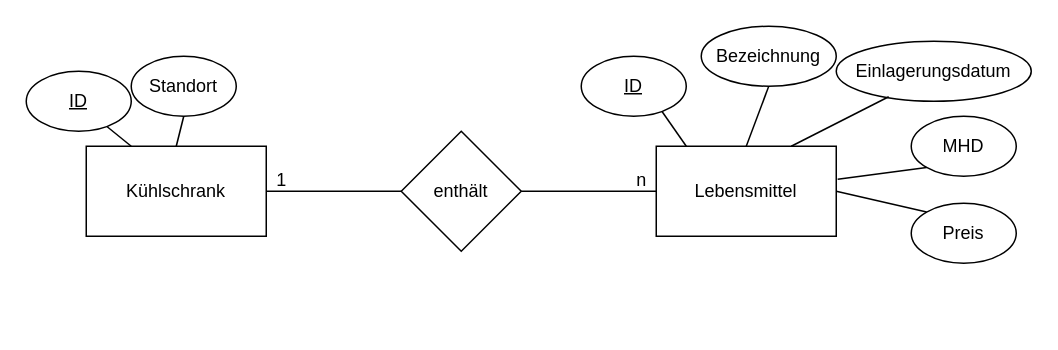
Before: ERD.drawio in SandraGrave/FridgePlanner, a draw.io diagram. Source tidied: cells renumbered, new cells numbered last; positions are measured from the earlier drawing's top-left corner, leaving out a move shared by most shapes. Both pictures are drawn from the tidied source at 150%, with x=0, y=0 at pixel (26, 26).
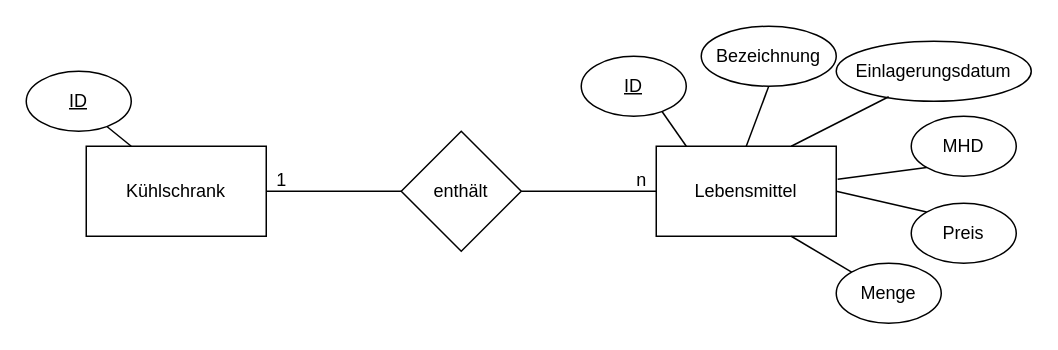
The same diagram, later.

The change refers to these unchanged cells:
```xml
<mxCell id="2" value="Kühlschrank" style="rounded=0;whiteSpace=wrap;html=1;" parent="1" vertex="1">
  <mxGeometry x="40" y="80" width="120" height="60" as="geometry" />
</mxCell>
<mxCell id="3" value="Lebensmittel" style="rounded=0;whiteSpace=wrap;html=1;" parent="1" vertex="1">
  <mxGeometry x="420" y="80" width="120" height="60" as="geometry" />
</mxCell>
```

The edit, as a diff of the source:
```diff
@@
-    <mxCell id="21" value="Standort" style="ellipse;whiteSpace=wrap;html=1;" parent="1" vertex="1">
-      <mxGeometry x="70" y="20" width="70" height="40" as="geometry" />
-    </mxCell>
-    <mxCell id="22" style="endArrow=none;html=1;rounded=0;entryX=0.5;entryY=1;entryDx=0;entryDy=0;exitX=0.5;exitY=0;exitDx=0;exitDy=0;" parent="1" edge="1" source="2" target="21">
-      <mxGeometry relative="1" as="geometry" />
-    </mxCell>
+    <mxCell id="23" value="Menge" style="ellipse;whiteSpace=wrap;html=1;" parent="1" vertex="1">
+      <mxGeometry x="540" y="158" width="70" height="40" as="geometry" />
+    </mxCell>
+    <mxCell id="24" style="endArrow=none;html=1;rounded=0;entryX=0;entryY=0;entryDx=0;entryDy=0;exitX=0.75;exitY=1;exitDx=0;exitDy=0;" parent="1" edge="1" source="3" target="23">
+      <mxGeometry relative="1" as="geometry" />
+    </mxCell>
```
